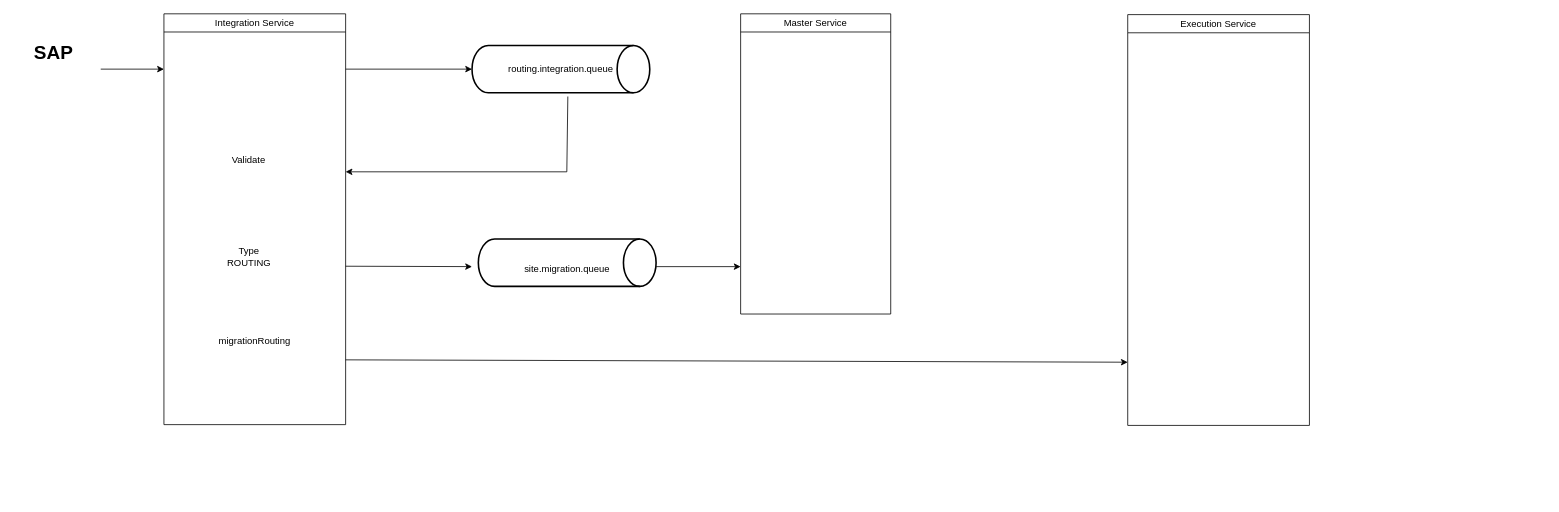
tuankhoi2206/Draft-system-overview keeps this draw.io diagram as page "Page-6" (6 of 6) of Realtime.drawio. Above is the earlier version. Source tidied: cells renumbered, new cells numbered last; positions are measured from the earlier drawing's top-left corner, leaving out a move shared by most shapes. Both pictures are drawn from the tidied source at 79%, with x=0, y=0 at pixel (13, 13).
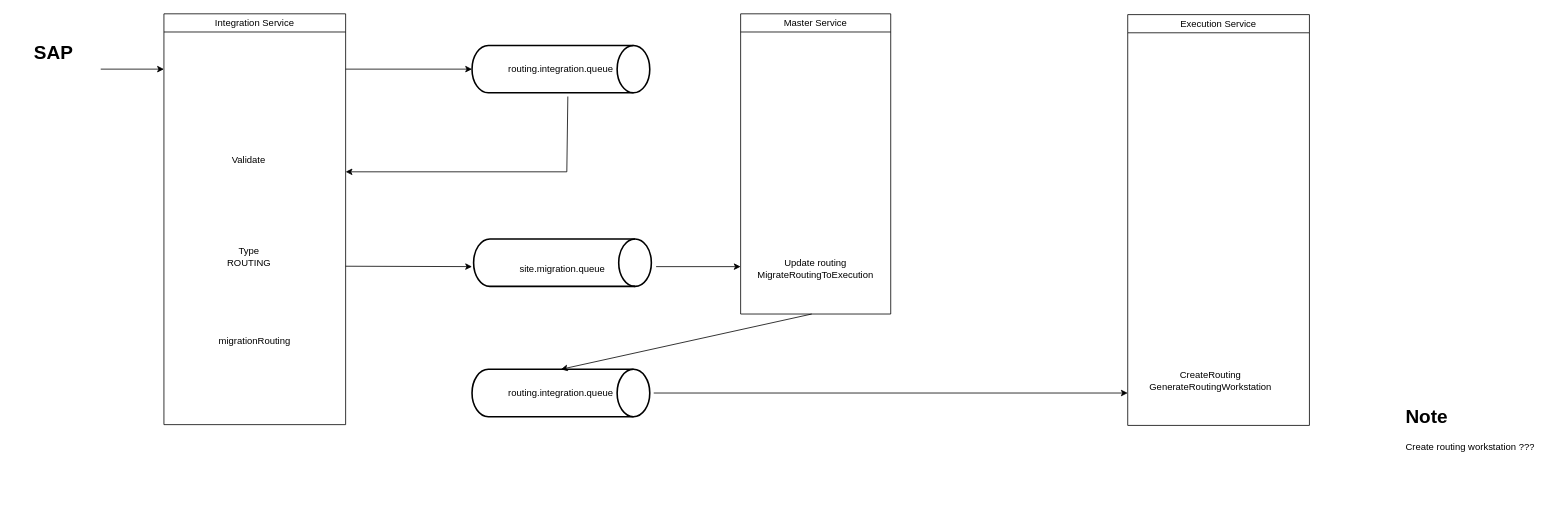
The same diagram, later.

Unchanged cells that the change refers to:
```xml
<mxCell id="14" value="&lt;span style=&quot;font-weight: 400;&quot;&gt;Master Service&lt;/span&gt;" style="swimlane;whiteSpace=wrap;html=1;" parent="1" vertex="1">
  <mxGeometry x="920" width="190" height="380" as="geometry" />
</mxCell>
<mxCell id="16" value="&lt;span style=&quot;font-weight: 400;&quot;&gt;Execution Service&lt;/span&gt;" style="swimlane;whiteSpace=wrap;html=1;" parent="1" vertex="1">
  <mxGeometry x="1410" y="1" width="230" height="520" as="geometry" />
</mxCell>
```

What changed in the source:
```diff
@@
     <mxCell id="11" value="&lt;br&gt;&lt;table style=&quot;border-collapse:&lt;br/&gt; collapse;width:336pt&quot; width=&quot;447&quot; cellspacing=&quot;0&quot; cellpadding=&quot;0&quot; border=&quot;0&quot;&gt;&lt;tbody&gt;&lt;tr style=&quot;height:14.5pt&quot; height=&quot;19&quot;&gt;  &lt;td style=&quot;height:14.5pt;width:336pt&quot; width=&quot;447&quot; height=&quot;19&quot;&gt;site.migration.queue&lt;/td&gt;&lt;/tr&gt;&lt;/tbody&gt;&lt;/table&gt;" style="strokeWidth=2;html=1;shape=mxgraph.flowchart.direct_data;whiteSpace=wrap;align=center;" parent="1" vertex="1">
-      <mxGeometry x="588" y="285" width="225" height="60" as="geometry" />
+      <mxGeometry x="582" y="285" width="225" height="60" as="geometry" />
     </mxCell>
@@
+    <mxCell id="18" value="&lt;div&gt;&lt;br&gt;&lt;/div&gt;&lt;div&gt;Update routing&lt;/div&gt;&lt;div&gt;MigrateRoutingToExecution&lt;/div&gt;" style="text;html=1;align=center;verticalAlign=middle;whiteSpace=wrap;rounded=0;" parent="14" vertex="1">
+      <mxGeometry x="50" y="301" width="90" height="30" as="geometry" />
+    </mxCell>
@@
+    <mxCell id="19" value="CreateRouting&lt;div&gt;GenerateRoutingWorkstation&lt;/div&gt;" style="text;html=1;align=center;verticalAlign=middle;whiteSpace=wrap;rounded=0;" parent="16" vertex="1">
+      <mxGeometry x="60" y="449" width="90" height="30" as="geometry" />
+    </mxCell>
     <mxCell id="17" style="endArrow=classic;html=1;rounded=0;" parent="1" edge="1">
       <mxGeometry relative="1" as="geometry">
-        <mxPoint x="420" y="438" as="sourcePoint" />
-        <mxPoint x="1410" y="441" as="targetPoint" />
+        <mxPoint x="810" y="480" as="sourcePoint" />
+        <mxPoint x="1410" y="480" as="targetPoint" />
       </mxGeometry>
     </mxCell>
+    <mxCell id="20" value="routing.integration.queue" style="strokeWidth=2;html=1;shape=mxgraph.flowchart.direct_data;whiteSpace=wrap;" parent="1" vertex="1">
+      <mxGeometry x="580" y="450" width="225" height="60" as="geometry" />
+    </mxCell>
+    <mxCell id="21" style="endArrow=classic;html=1;rounded=0;entryX=0.5;entryY=0;entryDx=0;entryDy=0;entryPerimeter=0;" parent="1" edge="1" target="20">
+      <mxGeometry relative="1" as="geometry">
+        <mxPoint x="1010" y="380" as="sourcePoint" />
+      </mxGeometry>
+    </mxCell>
+    <mxCell id="22" value="&lt;h1 style=&quot;margin-top: 0px;&quot;&gt;Note&lt;/h1&gt;&lt;p&gt;Create routing workstation ???&lt;/p&gt;" style="text;html=1;whiteSpace=wrap;overflow=hidden;rounded=0;" parent="1" vertex="1">
+      <mxGeometry x="1760" y="490" width="180" height="120" as="geometry" />
+    </mxCell>
```
